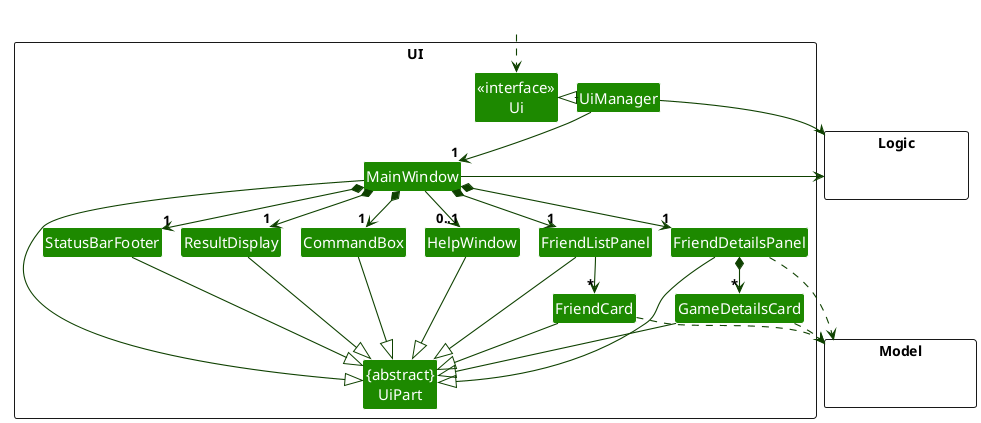
AY2627S1-CS2103T-W14-3/tp keeps this PlantUML diagram as images/UiClassDiagram.png. Above is the earlier version.
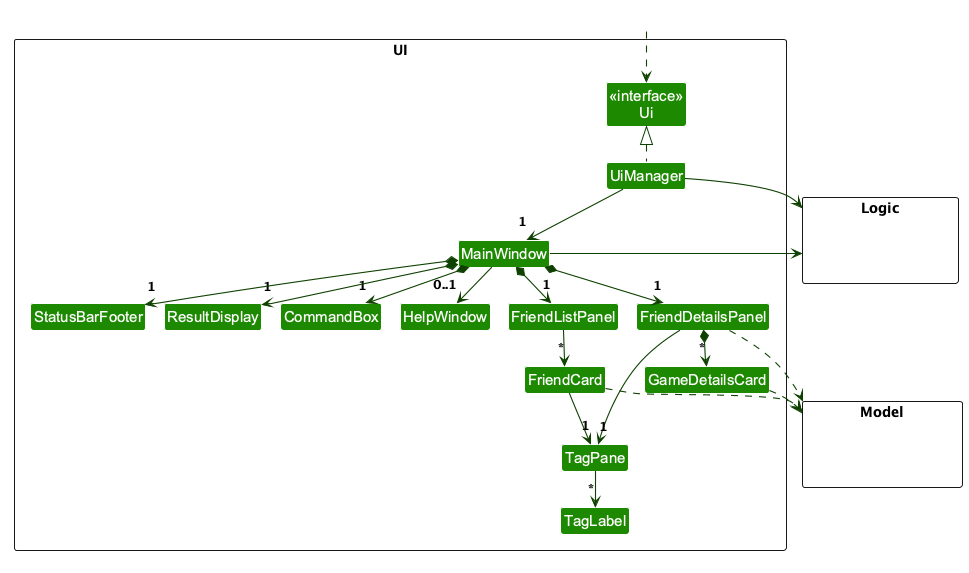
Later version of the same file.

Change to the diagram source:
```diff
@@ -7,7 +7,6 @@
 
 package UI <<Rectangle>>{
 Class "<<interface>>\nUi" as Ui
-Class "{abstract}\nUiPart" as UiPart
 Class UiManager
 Class MainWindow
 Class HelpWindow
@@ -18,6 +17,8 @@
 Class GameDetailsCard
 Class StatusBarFooter
 Class CommandBox
+Class TagPane
+Class TagLabel
 }
 
 package Model <<Rectangle>> {
@@ -31,39 +32,30 @@
 Class HiddenOutside #FFFFFF
 HiddenOutside ..> Ui
 
-UiManager .left.|> Ui
-UiManager -down-> "1" MainWindow
-MainWindow *-down->  "1" CommandBox
-MainWindow *-down-> "1" ResultDisplay
-MainWindow *-down-> "1" FriendListPanel
-MainWindow *-down-> "1" FriendDetailsPanel
-MainWindow *-down-> "1" StatusBarFooter
-MainWindow --> "0..1" HelpWindow
+UiManager .up.|> Ui
+UiManager -down-> "1\n<size:6> </size>" MainWindow
+MainWindow *-down-> "1\n<size:6> </size>" CommandBox
+MainWindow *-down-> "1\n<size:6> </size>" ResultDisplay
+MainWindow *-down-> "1\n<size:6> </size>" FriendListPanel
+MainWindow *-down-> "1\n<size:6> </size>" FriendDetailsPanel
+MainWindow *-down-> "1\n<size:6> </size>" StatusBarFooter
+MainWindow --> "0..1\n<size:6> </size>" HelpWindow
 
-FriendListPanel -down-> "*" FriendCard
-FriendDetailsPanel *-down-> "*" GameDetailsCard
+FriendListPanel -down-> "*\n<size:6> </size>" FriendCard
+FriendDetailsPanel *-down-> "*\n<size:6> </size>" GameDetailsCard
 
-MainWindow -left-|> UiPart
-
-ResultDisplay --|> UiPart
-CommandBox --|> UiPart
-FriendListPanel --|> UiPart
-FriendCard --|> UiPart
-FriendDetailsPanel --|> UiPart
-GameDetailsCard --|> UiPart
-StatusBarFooter --|> UiPart
-HelpWindow --|> UiPart
+FriendCard --> "1\n<size:6> </size>" TagPane
+FriendDetailsPanel --> "1\n<size:6> </size>" TagPane
+TagPane --> "*\n<size:6> </size>" TagLabel
 
 FriendCard ..> Model
 FriendDetailsPanel ..> Model
 GameDetailsCard ..> Model
 UiManager -right-> Logic
-MainWindow -left-> Logic
+MainWindow -right-> Logic
 
 FriendListPanel -[hidden]left- HelpWindow
 HelpWindow -[hidden]left- CommandBox
 CommandBox -[hidden]left- ResultDisplay
 ResultDisplay -[hidden]left- StatusBarFooter
-
-MainWindow -[hidden]-|> UiPart
 @enduml
```
